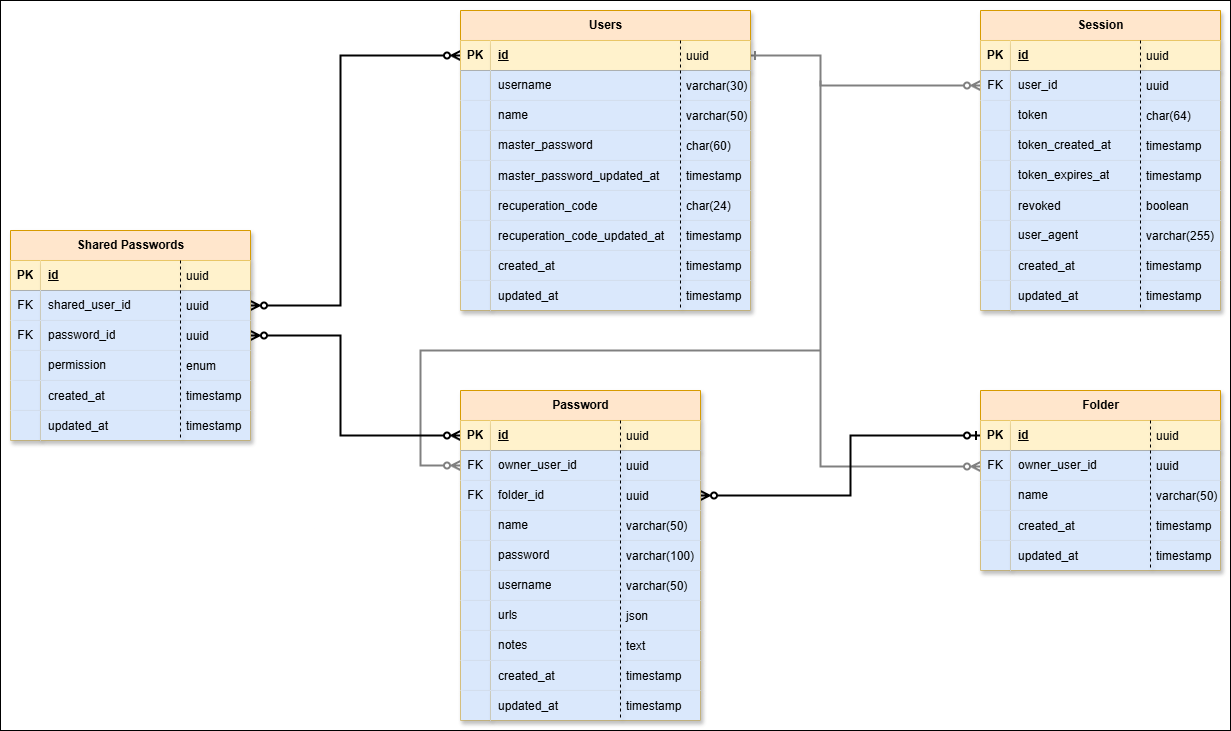
Earlier version of the draw.io export assets/modelo-relacional.png (miguel-educa/daw-proyecto). Source tidied: cells renumbered, new cells last; positions are measured from the earlier drawing's top-left corner, leaving out a move shared by most shapes.
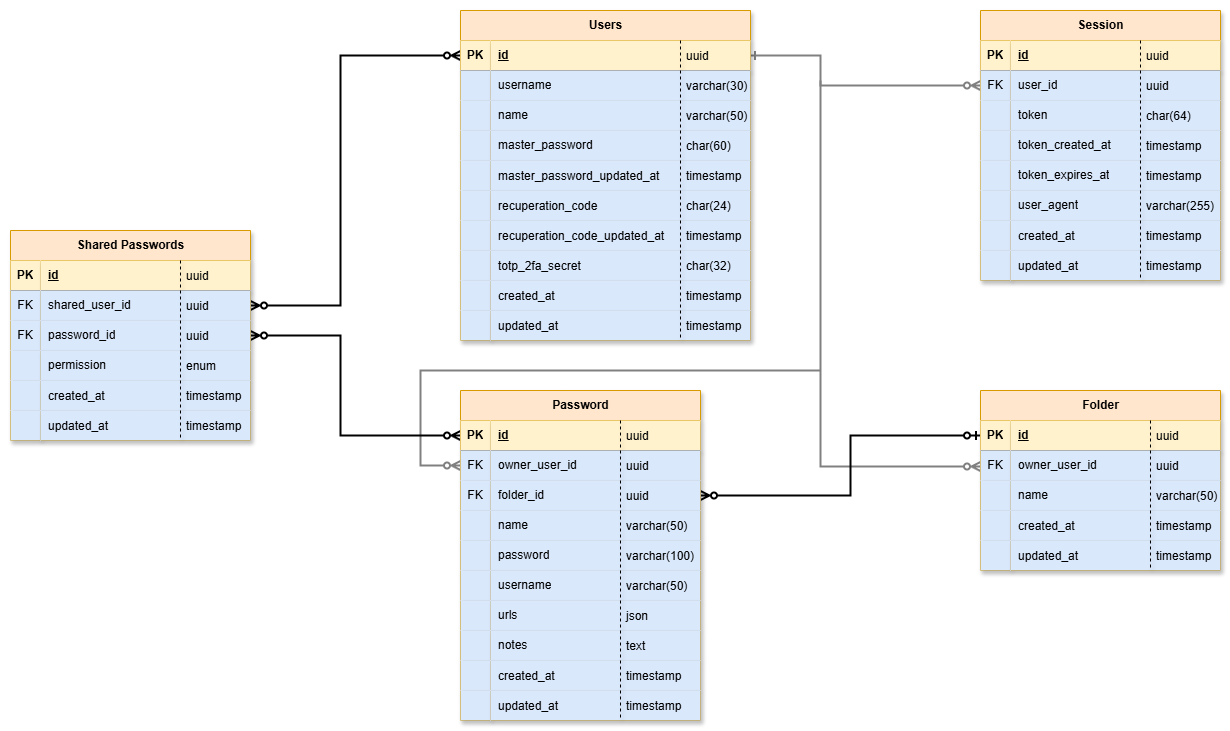
After the commit.

Change to the diagram source:
```diff
@@ -2,9 +2,9 @@
   <root>
     <mxCell id="0" />
     <mxCell id="1" parent="0" />
-    <mxCell id="2" style="rounded=0;whiteSpace=wrap;html=1;" parent="1" vertex="1">
-      <mxGeometry width="1230" height="730" as="geometry" />
-    </mxCell>
+    <mxCell id="216" style="rounded=0;whiteSpace=wrap;html=1;strokeColor=none;" parent="1" vertex="1">
+      <mxGeometry width="1230" height="730" as="geometry" />
+    </mxCell>
     <mxCell id="3" style="endArrow=ERzeroToMany;html=1;rounded=0;exitX=1;exitY=0.5;exitDx=0;exitDy=0;entryX=0;entryY=0.5;entryDx=0;entryDy=0;startArrow=ERone;startFill=0;endFill=0;strokeWidth=2;strokeColor=#808080;" parent="1" edge="1" source="87" target="14">
       <mxGeometry relative="1" as="geometry">
         <Array as="points">
@@ -24,10 +24,9 @@
     </mxCell>
     <mxCell id="5" style="endArrow=ERzeroToMany;html=1;rounded=0;entryX=0;entryY=0.5;entryDx=0;entryDy=0;startArrow=none;startFill=0;endFill=0;strokeWidth=2;strokeColor=light-dark(#808080, #ededed);" parent="1" edge="1" target="169">
       <mxGeometry relative="1" as="geometry">
-        <mxPoint x="820" y="350" as="sourcePoint" />
+        <mxPoint x="820" y="370" as="sourcePoint" />
         <Array as="points">
-          <mxPoint x="605" y="350" />
-          <mxPoint x="420" y="350" />
+          <mxPoint x="420" y="370" />
           <mxPoint x="420" y="465" />
         </Array>
       </mxGeometry>
@@ -60,7 +59,7 @@
       <mxGeometry x="980" y="10" width="240" height="300" as="geometry" />
     </mxCell>
     <mxCell id="10" value="Session" style="shape=table;startSize=30;rowLines=0;fontStyle=1;align=center;html=1;fillColor=#ffe6cc;strokeColor=#d79b00;shadow=1;" parent="9" vertex="1">
-      <mxGeometry width="240" height="300" as="geometry" />
+      <mxGeometry width="240" height="270" as="geometry" />
     </mxCell>
     <mxCell id="11" style="shape=tableRow;horizontal=0;startSize=0;swimlaneHead=0;swimlaneBody=0;fillColor=none;top=0;left=0;right=0;bottom=1;shadow=1;" parent="10" vertex="1">
       <mxGeometry y="30" width="240" height="30" as="geometry" />
@@ -107,17 +106,8 @@
     <mxCell id="25" value="token_expires_at" style="shape=partialRectangle;fillColor=#dae8fc;top=0;left=0;bottom=0;right=0;align=left;spacingLeft=6;overflow=hidden;whiteSpace=wrap;html=1;strokeColor=#6c8ebf;shadow=1;" parent="23" vertex="1">
       <mxGeometry x="30" width="210" height="30" as="geometry" />
     </mxCell>
-    <mxCell id="26" style="shape=tableRow;horizontal=0;startSize=0;swimlaneHead=0;swimlaneBody=0;fillColor=none;top=0;left=0;right=0;bottom=0;shadow=1;" parent="10" vertex="1">
-      <mxGeometry y="180" width="240" height="30" as="geometry" />
-    </mxCell>
-    <mxCell id="27" style="shape=partialRectangle;fillColor=#dae8fc;top=0;left=0;bottom=0;right=0;overflow=hidden;strokeColor=#6c8ebf;shadow=1;" parent="26" vertex="1">
-      <mxGeometry width="30" height="30" as="geometry" />
-    </mxCell>
-    <mxCell id="28" value="revoked" style="shape=partialRectangle;fillColor=#dae8fc;top=0;left=0;bottom=0;right=0;align=left;spacingLeft=6;overflow=hidden;strokeColor=#6c8ebf;shadow=1;" parent="26" vertex="1">
-      <mxGeometry x="30" width="210" height="30" as="geometry" />
-    </mxCell>
     <mxCell id="29" style="shape=tableRow;horizontal=0;startSize=0;swimlaneHead=0;swimlaneBody=0;fillColor=none;top=0;left=0;right=0;bottom=0;shadow=1;" parent="10" vertex="1">
-      <mxGeometry y="210" width="240" height="30" as="geometry" />
+      <mxGeometry y="180" width="240" height="30" as="geometry" />
     </mxCell>
     <mxCell id="30" style="shape=partialRectangle;fillColor=#dae8fc;top=0;left=0;bottom=0;right=0;overflow=hidden;whiteSpace=wrap;html=1;strokeColor=#6c8ebf;shadow=1;" parent="29" vertex="1">
       <mxGeometry width="30" height="30" as="geometry" />
@@ -126,7 +116,7 @@
       <mxGeometry x="30" width="210" height="30" as="geometry" />
     </mxCell>
     <mxCell id="32" style="shape=tableRow;horizontal=0;startSize=0;swimlaneHead=0;swimlaneBody=0;fillColor=none;top=0;left=0;right=0;bottom=0;shadow=1;" parent="10" vertex="1">
-      <mxGeometry y="240" width="240" height="30" as="geometry" />
+      <mxGeometry y="210" width="240" height="30" as="geometry" />
     </mxCell>
     <mxCell id="33" style="shape=partialRectangle;fillColor=#dae8fc;top=0;left=0;bottom=0;right=0;overflow=hidden;strokeColor=#6c8ebf;shadow=1;" parent="32" vertex="1">
       <mxGeometry width="30" height="30" as="geometry" />
@@ -135,7 +125,7 @@
       <mxGeometry x="30" width="210" height="30" as="geometry" />
     </mxCell>
     <mxCell id="35" style="shape=tableRow;horizontal=0;startSize=0;swimlaneHead=0;swimlaneBody=0;fillColor=none;top=0;left=0;right=0;bottom=0;shadow=1;" parent="10" vertex="1">
-      <mxGeometry y="270" width="240" height="30" as="geometry" />
+      <mxGeometry y="240" width="240" height="30" as="geometry" />
     </mxCell>
     <mxCell id="36" style="shape=partialRectangle;fillColor=#dae8fc;top=0;left=0;bottom=0;right=0;overflow=hidden;strokeColor=#6c8ebf;shadow=1;" parent="35" vertex="1">
       <mxGeometry width="30" height="30" as="geometry" />
@@ -174,25 +164,19 @@
       <mxGeometry width="30" height="30" as="geometry" />
     </mxCell>
     <mxCell id="48" value="varchar(255)" style="shape=partialRectangle;fillColor=none;align=left;verticalAlign=middle;strokeColor=none;spacingLeft=34;shadow=1;" parent="9" vertex="1">
-      <mxGeometry x="130" y="210" width="90" height="30" as="geometry" />
+      <mxGeometry x="130" y="180" width="90" height="30" as="geometry" />
     </mxCell>
     <mxCell id="49" style="shape=partialRectangle;top=0;left=0;bottom=0;fillColor=none;stokeWidth=1;dashed=1;align=left;verticalAlign=middle;spacingLeft=4;spacingRight=4;overflow=hidden;shadow=1;" parent="48" vertex="1">
       <mxGeometry width="30" height="30" as="geometry" />
     </mxCell>
     <mxCell id="50" value="timestamp" style="shape=partialRectangle;fillColor=none;align=left;verticalAlign=middle;strokeColor=none;spacingLeft=34;shadow=1;" parent="9" vertex="1">
-      <mxGeometry x="130" y="240" width="90" height="30" as="geometry" />
+      <mxGeometry x="130" y="210" width="90" height="30" as="geometry" />
     </mxCell>
     <mxCell id="51" style="shape=partialRectangle;top=0;left=0;bottom=0;fillColor=none;stokeWidth=1;dashed=1;align=left;verticalAlign=middle;spacingLeft=4;spacingRight=4;overflow=hidden;shadow=1;" parent="50" vertex="1">
       <mxGeometry width="30" height="30" as="geometry" />
     </mxCell>
-    <mxCell id="52" value="boolean" style="shape=partialRectangle;fillColor=none;align=left;verticalAlign=middle;strokeColor=none;spacingLeft=34;shadow=1;" parent="9" vertex="1">
-      <mxGeometry x="130" y="180" width="90" height="30" as="geometry" />
-    </mxCell>
-    <mxCell id="53" style="shape=partialRectangle;top=0;left=0;bottom=0;fillColor=none;stokeWidth=1;dashed=1;align=left;verticalAlign=middle;spacingLeft=4;spacingRight=4;overflow=hidden;shadow=1;" parent="52" vertex="1">
-      <mxGeometry width="30" height="30" as="geometry" />
-    </mxCell>
     <mxCell id="54" value="timestamp" style="shape=partialRectangle;fillColor=none;align=left;verticalAlign=middle;strokeColor=none;spacingLeft=34;shadow=1;" parent="9" vertex="1">
-      <mxGeometry x="130" y="270" width="90" height="30" as="geometry" />
+      <mxGeometry x="130" y="240" width="90" height="30" as="geometry" />
     </mxCell>
     <mxCell id="55" style="shape=partialRectangle;top=0;left=0;bottom=0;fillColor=none;stokeWidth=1;dashed=1;align=left;verticalAlign=middle;spacingLeft=4;spacingRight=4;overflow=hidden;shadow=1;" parent="54" vertex="1">
       <mxGeometry width="30" height="30" as="geometry" />
@@ -288,7 +272,7 @@
       <mxGeometry width="30" height="30" as="geometry" />
     </mxCell>
     <mxCell id="86" value="Users" style="shape=table;startSize=30;rowLines=0;fontStyle=1;align=center;html=1;fillColor=#ffe6cc;strokeColor=#d79b00;shadow=1;" parent="83" vertex="1">
-      <mxGeometry width="290" height="300" as="geometry" />
+      <mxGeometry width="290" height="330" as="geometry" />
     </mxCell>
     <mxCell id="87" style="shape=tableRow;horizontal=0;startSize=0;swimlaneHead=0;swimlaneBody=0;fillColor=none;points=[[0,0.5],[1,0.5]];portConstraint=eastwest;top=0;left=0;right=0;bottom=1;shadow=1;" parent="86" vertex="1">
       <mxGeometry y="30" width="290" height="30" as="geometry" />
@@ -353,8 +337,17 @@
     <mxCell id="107" value="recuperation_code_updated_at" style="shape=partialRectangle;fillColor=#dae8fc;top=0;left=0;bottom=0;right=0;align=left;spacingLeft=6;overflow=hidden;strokeColor=#6c8ebf;shadow=1;" parent="105" vertex="1">
       <mxGeometry x="30" width="260" height="30" as="geometry" />
     </mxCell>
+    <mxCell id="217" style="shape=tableRow;horizontal=0;startSize=0;swimlaneHead=0;swimlaneBody=0;fillColor=none;top=0;left=0;right=0;bottom=0;shadow=1;" parent="86" vertex="1">
+      <mxGeometry y="240" width="290" height="30" as="geometry" />
+    </mxCell>
+    <mxCell id="27" style="shape=partialRectangle;fillColor=#dae8fc;top=0;left=0;bottom=0;right=0;overflow=hidden;strokeColor=#6c8ebf;shadow=1;" parent="217" vertex="1">
+      <mxGeometry width="30" height="30" as="geometry" />
+    </mxCell>
+    <mxCell id="218" value="totp_2fa_secret" style="shape=partialRectangle;fillColor=#dae8fc;top=0;left=0;bottom=0;right=0;align=left;spacingLeft=6;overflow=hidden;strokeColor=#6c8ebf;shadow=1;" parent="217" vertex="1">
+      <mxGeometry x="30" width="260" height="30" as="geometry" />
+    </mxCell>
     <mxCell id="108" style="shape=tableRow;horizontal=0;startSize=0;swimlaneHead=0;swimlaneBody=0;fillColor=none;top=0;left=0;right=0;bottom=0;shadow=1;" parent="86" vertex="1">
-      <mxGeometry y="240" width="290" height="30" as="geometry" />
+      <mxGeometry y="270" width="290" height="30" as="geometry" />
     </mxCell>
     <mxCell id="109" style="shape=partialRectangle;fillColor=#dae8fc;top=0;left=0;bottom=0;right=0;overflow=hidden;strokeColor=#6c8ebf;shadow=1;" parent="108" vertex="1">
       <mxGeometry width="30" height="30" as="geometry" />
@@ -363,7 +356,7 @@
       <mxGeometry x="30" width="260" height="30" as="geometry" />
     </mxCell>
     <mxCell id="111" style="shape=tableRow;horizontal=0;startSize=0;swimlaneHead=0;swimlaneBody=0;fillColor=none;top=0;left=0;right=0;bottom=0;shadow=1;" parent="86" vertex="1">
-      <mxGeometry y="270" width="290" height="30" as="geometry" />
+      <mxGeometry y="300" width="290" height="30" as="geometry" />
     </mxCell>
     <mxCell id="112" style="shape=partialRectangle;fillColor=#dae8fc;top=0;left=0;bottom=0;right=0;overflow=hidden;strokeColor=#6c8ebf;shadow=1;" parent="111" vertex="1">
       <mxGeometry width="30" height="30" as="geometry" />
@@ -401,14 +394,8 @@
     <mxCell id="123" style="shape=partialRectangle;top=0;left=0;bottom=0;fillColor=none;stokeWidth=1;dashed=1;align=left;verticalAlign=middle;spacingLeft=4;spacingRight=4;overflow=hidden;shadow=1;" parent="122" vertex="1">
       <mxGeometry width="30" height="30" as="geometry" />
     </mxCell>
-    <mxCell id="124" value="timestamp" style="shape=partialRectangle;fillColor=none;align=left;verticalAlign=middle;strokeColor=none;spacingLeft=34;shadow=1;" parent="83" vertex="1">
-      <mxGeometry x="190" y="270" width="90" height="30" as="geometry" />
-    </mxCell>
-    <mxCell id="125" style="shape=partialRectangle;top=0;left=0;bottom=0;fillColor=none;stokeWidth=1;dashed=1;align=left;verticalAlign=middle;spacingLeft=4;spacingRight=4;overflow=hidden;shadow=1;" parent="124" vertex="1">
-      <mxGeometry width="30" height="30" as="geometry" />
-    </mxCell>
     <mxCell id="126" value="timestamp" style="shape=partialRectangle;fillColor=none;align=left;verticalAlign=middle;strokeColor=none;spacingLeft=34;shadow=1;" parent="83" vertex="1">
-      <mxGeometry x="190" y="240" width="90" height="30" as="geometry" />
+      <mxGeometry x="190" y="270" width="90" height="30" as="geometry" />
     </mxCell>
     <mxCell id="127" style="shape=partialRectangle;top=0;left=0;bottom=0;fillColor=none;stokeWidth=1;dashed=1;align=left;verticalAlign=middle;spacingLeft=4;spacingRight=4;overflow=hidden;shadow=1;" parent="126" vertex="1">
       <mxGeometry width="30" height="30" as="geometry" />
@@ -425,6 +412,12 @@
     <mxCell id="131" style="shape=partialRectangle;top=0;left=0;bottom=0;fillColor=none;stokeWidth=1;dashed=1;align=left;verticalAlign=middle;spacingLeft=4;spacingRight=4;overflow=hidden;shadow=1;" parent="130" vertex="1">
       <mxGeometry width="30" height="30" as="geometry" />
     </mxCell>
+    <mxCell id="219" value="char(32)" style="shape=partialRectangle;fillColor=none;align=left;verticalAlign=middle;strokeColor=none;spacingLeft=34;shadow=1;" parent="83" vertex="1">
+      <mxGeometry x="190" y="240" width="90" height="30" as="geometry" />
+    </mxCell>
+    <mxCell id="53" style="shape=partialRectangle;top=0;left=0;bottom=0;fillColor=none;stokeWidth=1;dashed=1;align=left;verticalAlign=middle;spacingLeft=4;spacingRight=4;overflow=hidden;shadow=1;" parent="219" vertex="1">
+      <mxGeometry width="30" height="30" as="geometry" />
+    </mxCell>
     <mxCell id="132" style="group;shadow=1;" parent="1" vertex="1">
       <mxGeometry x="10" y="230" width="240" height="210" as="geometry" />
     </mxCell>
@@ -677,5 +670,11 @@
     <mxCell id="215" style="shape=partialRectangle;top=0;left=0;bottom=0;fillColor=none;stokeWidth=1;dashed=1;align=left;verticalAlign=middle;spacingLeft=4;spacingRight=4;overflow=hidden;shadow=1;" parent="214" vertex="1">
       <mxGeometry width="30" height="30" as="geometry" />
     </mxCell>
+    <mxCell id="124" value="timestamp" style="shape=partialRectangle;fillColor=none;align=left;verticalAlign=middle;strokeColor=none;spacingLeft=34;shadow=1;" parent="1" vertex="1">
+      <mxGeometry x="650" y="310" width="90" height="30" as="geometry" />
+    </mxCell>
+    <mxCell id="125" style="shape=partialRectangle;top=0;left=0;bottom=0;fillColor=none;stokeWidth=1;dashed=1;align=left;verticalAlign=middle;spacingLeft=4;spacingRight=4;overflow=hidden;shadow=1;" parent="124" vertex="1">
+      <mxGeometry width="30" height="30" as="geometry" />
+    </mxCell>
   </root>
 </mxGraphModel>
```
